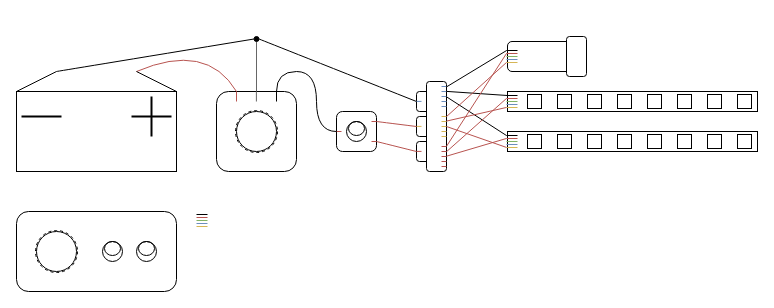
Earlier version of the draw.io diagram led-wiring.drawio (vinas94/drawio). Source tidied: cells renumbered, new cells numbered last; positions are measured from the earlier drawing's top-left corner, leaving out a move shared by most shapes. Both pictures are drawn from the tidied source at 100%, with x=0, y=0 at pixel (16, 36).
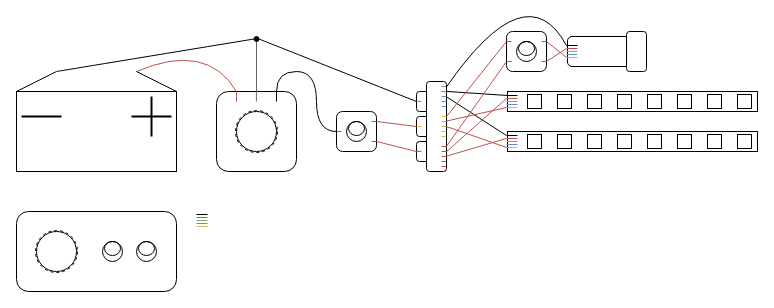
After the change.

The change refers to these unchanged cells:
```xml
<mxCell id="77" style="rounded=1;whiteSpace=wrap;html=1;strokeColor=default;align=center;verticalAlign=middle;fontFamily=Helvetica;fontSize=12;fontColor=default;fillColor=default;points=[[0,0,0,0,0],[0,0.25,0,0,0],[0,0.5,0,0,0],[0,0.75,0,0,0],[0,1,0,0,0],[0.25,0,0,0,0],[0.25,1,0,0,0],[0.5,0,0,0,0],[0.5,1,0,0,0],[0.75,0,0,0,0],[0.75,1,0,0,0],[1,0,0,0,0],[1,0.06,0,0,0],[1,0.11,0,0,0],[1,0.17,0,0,0],[1,0.22,0,0,0],[1,0.28,0,0,0],[1,0.33,0,0,0],[1,0.39,0,0,0],[1,0.44,0,0,0],[1,0.5,0,0,0],[1,0.56,0,0,0],[1,0.61,0,0,0],[1,0.67,0,0,0],[1,0.72,0,0,0],[1,0.78,0,0,0],[1,0.83,0,0,0],[1,0.89,0,0,0],[1,0.94,0,0,0],[1,1,0,0,0]];" parent="74" vertex="1">
  <mxGeometry width="20" height="90" as="geometry" />
</mxCell>
<mxCell id="113" style="rounded=0;whiteSpace=wrap;html=1;strokeColor=none;align=center;verticalAlign=middle;fontFamily=Helvetica;fontSize=12;fontColor=default;fillColor=none;points=[[0,0,0,0,0],[0,0.17,0,0,0],[0,0.33,0,0,0],[0,0.5,0,0,0],[0,0.67,0,0,0],[0,0.83,0,0,0],[0,1,0,0,0],[0.25,0,0,0,0],[0.25,1,0,0,0],[0.5,0,0,0,0],[0.5,1,0,0,0],[0.75,0,0,0,0],[0.75,1,0,0,0],[1,0,0,0,0],[1,0.25,0,0,0],[1,0.5,0,0,0],[1,0.75,0,0,0],[1,1,0,0,0]];" parent="112" vertex="1">
  <mxGeometry width="13" height="18" as="geometry" />
</mxCell>
```

The edit, as a diff of the source:
```diff
@@
-    <mxCell id="98" style="endArrow=none;html=1;rounded=0;fontFamily=Helvetica;fontSize=12;fontColor=default;exitX=1;exitY=0.06;exitDx=0;exitDy=0;exitPerimeter=0;entryX=0;entryY=0.17;entryDx=0;entryDy=0;entryPerimeter=0;" parent="1" edge="1" source="77" target="113">
-      <mxGeometry relative="1" as="geometry" />
+    <mxCell id="98" style="endArrow=none;html=1;rounded=0;fontFamily=Helvetica;fontSize=12;fontColor=default;exitX=1;exitY=0.06;exitDx=0;exitDy=0;exitPerimeter=0;entryX=0;entryY=0.17;entryDx=0;entryDy=0;entryPerimeter=0;curved=1;" parent="1" edge="1" source="77" target="113">
+      <mxGeometry relative="1" as="geometry">
+        <Array as="points">
+          <mxPoint x="510" y="-65" />
+        </Array>
+      </mxGeometry>
     </mxCell>
@@
     <mxCell id="108" style="group;" parent="1" vertex="1">
-      <mxGeometry x="490" width="80" height="40" as="geometry" />
+      <mxGeometry x="550" y="-5" width="80" height="40" as="geometry" />
     </mxCell>
@@
-    <mxCell id="119" style="endArrow=none;html=1;rounded=0;fontFamily=Helvetica;fontSize=12;fontColor=default;exitX=1;exitY=0.39;exitDx=0;exitDy=0;exitPerimeter=0;entryX=0;entryY=0.83;entryDx=0;entryDy=0;entryPerimeter=0;fillColor=#f8cecc;strokeColor=#b85450;" parent="1" edge="1" source="77" target="113">
-      <mxGeometry relative="1" as="geometry" />
-    </mxCell>
@@
-    <mxCell id="122" style="endArrow=none;html=1;rounded=0;fontFamily=Helvetica;fontSize=12;fontColor=default;entryX=0;entryY=0.33;entryDx=0;entryDy=0;entryPerimeter=0;exitX=1;exitY=0.72;exitDx=0;exitDy=0;exitPerimeter=0;fillColor=#f8cecc;strokeColor=#b85450;" parent="1" edge="1" source="77" target="113">
-      <mxGeometry relative="1" as="geometry" />
-    </mxCell>
@@
+    <mxCell id="125" style="group;" parent="1" vertex="1">
+      <mxGeometry x="490" y="-5" width="40" height="40" as="geometry" />
+    </mxCell>
+    <mxCell id="126" style="rounded=1;whiteSpace=wrap;html=1;" parent="125" vertex="1">
+      <mxGeometry width="40" height="40" as="geometry" />
+    </mxCell>
+    <mxCell id="127" style="ellipse;whiteSpace=wrap;html=1;" parent="125" vertex="1">
+      <mxGeometry x="10" y="10" width="20" height="20" as="geometry" />
+    </mxCell>
+    <mxCell id="128" style="ellipse;whiteSpace=wrap;html=1;fillColor=none;" parent="125" vertex="1">
+      <mxGeometry x="12" y="10" width="16" height="14" as="geometry" />
+    </mxCell>
+    <mxCell id="129" style="endArrow=none;html=1;rounded=0;fontFamily=Helvetica;fontSize=12;fontColor=default;entryX=0.25;entryY=0;entryDx=0;entryDy=0;exitX=0.75;exitY=0.75;exitDx=0;exitDy=0;exitPerimeter=0;fillColor=#f8cecc;strokeColor=#b85450;" parent="125" edge="1">
+      <mxGeometry relative="1" as="geometry">
+        <mxPoint x="35" y="10" as="sourcePoint" />
+        <mxPoint x="40" y="10" as="targetPoint" />
+      </mxGeometry>
+    </mxCell>
+    <mxCell id="130" style="endArrow=none;html=1;rounded=0;fontFamily=Helvetica;fontSize=12;fontColor=default;entryX=0.25;entryY=0;entryDx=0;entryDy=0;exitX=0.75;exitY=0.75;exitDx=0;exitDy=0;exitPerimeter=0;fillColor=#f8cecc;strokeColor=#b85450;" parent="125" edge="1">
+      <mxGeometry relative="1" as="geometry">
+        <mxPoint x="35" y="30" as="sourcePoint" />
+        <mxPoint x="40" y="30" as="targetPoint" />
+      </mxGeometry>
+    </mxCell>
+    <mxCell id="131" style="endArrow=none;html=1;rounded=0;fontFamily=Helvetica;fontSize=12;fontColor=default;entryX=0.25;entryY=0;entryDx=0;entryDy=0;exitX=0.75;exitY=0.75;exitDx=0;exitDy=0;exitPerimeter=0;fillColor=#f8cecc;strokeColor=#b85450;" parent="125" edge="1">
+      <mxGeometry relative="1" as="geometry">
+        <mxPoint y="10" as="sourcePoint" />
+        <mxPoint x="5" y="10" as="targetPoint" />
+      </mxGeometry>
+    </mxCell>
+    <mxCell id="132" style="endArrow=none;html=1;rounded=0;fontFamily=Helvetica;fontSize=12;fontColor=default;entryX=0.25;entryY=0;entryDx=0;entryDy=0;exitX=0.75;exitY=0.75;exitDx=0;exitDy=0;exitPerimeter=0;fillColor=#f8cecc;strokeColor=#b85450;" parent="125" edge="1">
+      <mxGeometry relative="1" as="geometry">
+        <mxPoint y="30" as="sourcePoint" />
+        <mxPoint x="5" y="30" as="targetPoint" />
+      </mxGeometry>
+    </mxCell>
+    <mxCell id="133" style="endArrow=none;html=1;rounded=0;fontFamily=Helvetica;fontSize=12;fontColor=default;exitX=1;exitY=0.39;exitDx=0;exitDy=0;exitPerimeter=0;entryX=0;entryY=0.25;entryDx=0;entryDy=0;fillColor=#f8cecc;strokeColor=#b85450;" parent="1" edge="1" source="77" target="126">
+      <mxGeometry relative="1" as="geometry" />
+    </mxCell>
+    <mxCell id="134" style="endArrow=none;html=1;rounded=0;fontFamily=Helvetica;fontSize=12;fontColor=default;exitX=1;exitY=0.72;exitDx=0;exitDy=0;exitPerimeter=0;entryX=0;entryY=0.75;entryDx=0;entryDy=0;fillColor=#f8cecc;strokeColor=#b85450;" parent="1" edge="1" source="77" target="126">
+      <mxGeometry relative="1" as="geometry" />
+    </mxCell>
+    <mxCell id="135" style="endArrow=none;html=1;rounded=0;fontFamily=Helvetica;fontSize=12;fontColor=default;fillColor=#f8cecc;strokeColor=#b85450;exitX=1;exitY=0.25;exitDx=0;exitDy=0;entryX=0;entryY=0.83;entryDx=0;entryDy=0;entryPerimeter=0;" parent="1" edge="1" source="126" target="113">
+      <mxGeometry relative="1" as="geometry" />
+    </mxCell>
+    <mxCell id="136" style="endArrow=none;html=1;rounded=0;fontFamily=Helvetica;fontSize=12;fontColor=default;fillColor=#f8cecc;strokeColor=#b85450;exitX=1;exitY=0.75;exitDx=0;exitDy=0;entryX=0;entryY=0.33;entryDx=0;entryDy=0;entryPerimeter=0;" parent="1" edge="1" source="126" target="113">
+      <mxGeometry relative="1" as="geometry" />
+    </mxCell>
```
